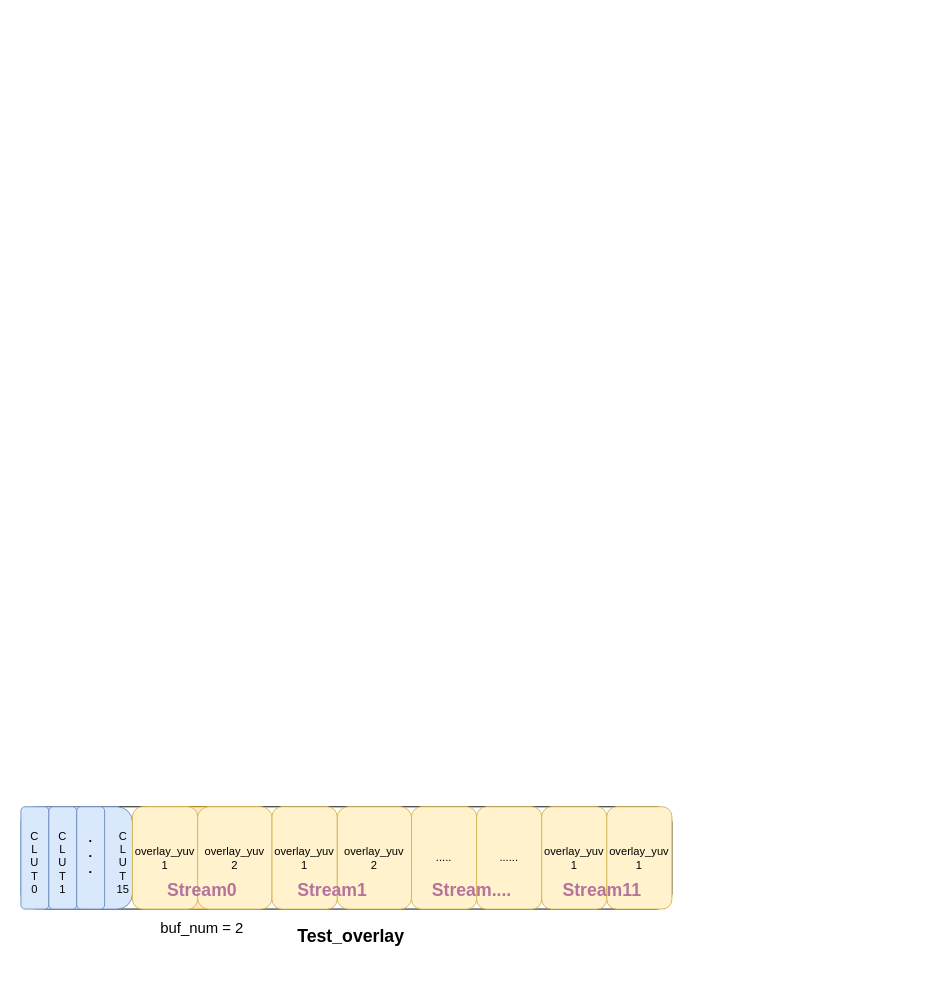
Before: amba-overlay-mem.drawio in SheridanX/diagrams, a draw.io diagram. Source tidied: cells renumbered, new cells numbered last; positions are measured from the earlier drawing's top-left corner, leaving out a move shared by most shapes. Both pictures are drawn from the tidied source at 93%, with x=0, y=0 at pixel (16, 806).
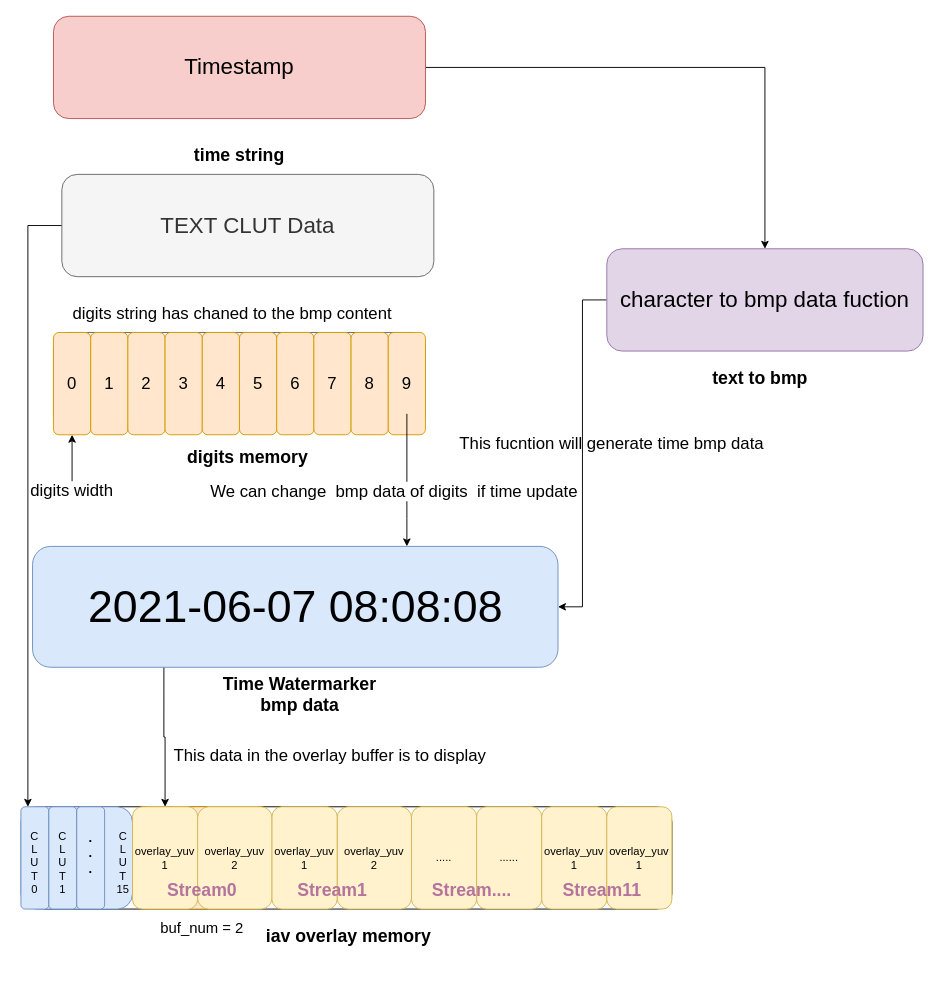
The same diagram, later.

The change refers to these unchanged cells:
```xml
<mxCell id="6" style="rounded=1;whiteSpace=wrap;html=1;fillColor=#dae8fc;strokeColor=#6c8ebf;" parent="1" vertex="1">
  <mxGeometry x="5" width="30" height="110" as="geometry" />
</mxCell>
<mxCell id="15" value="overlay_yuv&lt;br&gt;1" style="rounded=1;whiteSpace=wrap;html=1;fillColor=#fff2cc;strokeColor=#d6b656;" parent="1" vertex="1">
  <mxGeometry x="125" width="70" height="110" as="geometry" />
</mxCell>
```

The edit, as a diff of the source:
```diff
@@
-    <mxCell id="4" value="&lt;b&gt;&lt;font style=&quot;font-size: 19px&quot;&gt;Test_overlay&lt;/font&gt;&lt;/b&gt;" style="text;html=1;strokeColor=none;fillColor=none;align=center;verticalAlign=middle;whiteSpace=wrap;rounded=0;" parent="1" vertex="1">
-      <mxGeometry x="295" y="110" width="130" height="60" as="geometry" />
+    <mxCell id="4" value="&lt;b&gt;&lt;font style=&quot;font-size: 19px&quot;&gt;iav overlay memory&lt;/font&gt;&lt;/b&gt;" style="text;html=1;strokeColor=none;fillColor=none;align=center;verticalAlign=middle;whiteSpace=wrap;rounded=0;" parent="1" vertex="1">
+      <mxGeometry x="265" y="110" width="185" height="60" as="geometry" />
     </mxCell>
@@
+    <mxCell id="27" style="rounded=1;whiteSpace=wrap;html=1;fillColor=#f5f5f5;strokeColor=#666666;fontColor=#333333;" parent="1" vertex="1">
+      <mxGeometry x="40" y="-510" width="400" height="105" as="geometry" />
+    </mxCell>
+    <mxCell id="28" style="rounded=1;whiteSpace=wrap;html=1;fillColor=#ffe6cc;strokeColor=#d79b00;" parent="1" vertex="1">
+      <mxGeometry x="40" y="-510" width="40" height="110" as="geometry" />
+    </mxCell>
+    <mxCell id="29" style="rounded=1;whiteSpace=wrap;html=1;fillColor=#ffe6cc;strokeColor=#d79b00;" parent="1" vertex="1">
+      <mxGeometry x="80" y="-510" width="40" height="110" as="geometry" />
+    </mxCell>
+    <mxCell id="30" style="rounded=1;whiteSpace=wrap;html=1;fillColor=#ffe6cc;strokeColor=#d79b00;" parent="1" vertex="1">
+      <mxGeometry x="120" y="-510" width="40" height="110" as="geometry" />
+    </mxCell>
+    <mxCell id="31" style="rounded=1;whiteSpace=wrap;html=1;fillColor=#ffe6cc;strokeColor=#d79b00;" parent="1" vertex="1">
+      <mxGeometry x="160" y="-510" width="40" height="110" as="geometry" />
+    </mxCell>
+    <mxCell id="32" style="rounded=1;whiteSpace=wrap;html=1;fillColor=#ffe6cc;strokeColor=#d79b00;" parent="1" vertex="1">
+      <mxGeometry x="200" y="-510" width="40" height="110" as="geometry" />
+    </mxCell>
+    <mxCell id="33" style="rounded=1;whiteSpace=wrap;html=1;fillColor=#ffe6cc;strokeColor=#d79b00;" parent="1" vertex="1">
+      <mxGeometry x="240" y="-510" width="40" height="110" as="geometry" />
+    </mxCell>
+    <mxCell id="34" style="rounded=1;whiteSpace=wrap;html=1;fillColor=#ffe6cc;strokeColor=#d79b00;" parent="1" vertex="1">
+      <mxGeometry x="280" y="-510" width="40" height="110" as="geometry" />
+    </mxCell>
+    <mxCell id="35" style="rounded=1;whiteSpace=wrap;html=1;fillColor=#ffe6cc;strokeColor=#d79b00;" parent="1" vertex="1">
+      <mxGeometry x="320" y="-510" width="40" height="110" as="geometry" />
+    </mxCell>
+    <mxCell id="36" style="rounded=1;whiteSpace=wrap;html=1;fillColor=#ffe6cc;strokeColor=#d79b00;" parent="1" vertex="1">
+      <mxGeometry x="360" y="-510" width="40" height="110" as="geometry" />
+    </mxCell>
+    <mxCell id="37" style="rounded=1;whiteSpace=wrap;html=1;fillColor=#ffe6cc;strokeColor=#d79b00;" parent="1" vertex="1">
+      <mxGeometry x="400" y="-510" width="40" height="110" as="geometry" />
+    </mxCell>
+    <mxCell id="38" style="edgeStyle=orthogonalEdgeStyle;rounded=0;jettySize=auto;html=1;" parent="1" edge="1" source="40" target="52">
+      <mxGeometry relative="1" as="geometry">
+        <Array as="points">
+          <mxPoint x="420" y="-310" />
+          <mxPoint x="420" y="-310" />
+        </Array>
+      </mxGeometry>
+    </mxCell>
+    <mxCell id="39" value="&lt;font style=&quot;font-size: 18px&quot;&gt;We can change&amp;nbsp; bmp data of digits&amp;nbsp; if time update&lt;/font&gt;" style="edgeLabel;html=1;align=center;verticalAlign=middle;" parent="38" vertex="1">
+      <mxGeometry x="-0.2" y="1" relative="1" as="geometry">
+        <mxPoint x="-16" y="26" as="offset" />
+      </mxGeometry>
+    </mxCell>
+    <mxCell id="40" value="&lt;font style=&quot;font-size: 18px&quot;&gt;9&lt;/font&gt;" style="text;html=1;strokeColor=none;fillColor=none;align=center;verticalAlign=middle;whiteSpace=wrap;rounded=0;" parent="1" vertex="1">
+      <mxGeometry x="400" y="-487.5" width="40" height="65" as="geometry" />
+    </mxCell>
+    <mxCell id="41" value="&lt;font style=&quot;font-size: 18px&quot;&gt;0&lt;/font&gt;" style="text;html=1;strokeColor=none;fillColor=none;align=center;verticalAlign=middle;whiteSpace=wrap;rounded=0;" parent="1" vertex="1">
+      <mxGeometry x="40" y="-495" width="40" height="80" as="geometry" />
+    </mxCell>
+    <mxCell id="42" value="&lt;font style=&quot;font-size: 18px&quot;&gt;1&lt;/font&gt;" style="text;html=1;strokeColor=none;fillColor=none;align=center;verticalAlign=middle;whiteSpace=wrap;rounded=0;" parent="1" vertex="1">
+      <mxGeometry x="80" y="-495" width="40" height="80" as="geometry" />
+    </mxCell>
+    <mxCell id="43" value="&lt;font style=&quot;font-size: 18px&quot;&gt;2&lt;/font&gt;" style="text;html=1;strokeColor=none;fillColor=none;align=center;verticalAlign=middle;whiteSpace=wrap;rounded=0;" parent="1" vertex="1">
+      <mxGeometry x="120" y="-495" width="40" height="80" as="geometry" />
+    </mxCell>
+    <mxCell id="44" value="&lt;font style=&quot;font-size: 18px&quot;&gt;3&lt;/font&gt;" style="text;html=1;strokeColor=none;fillColor=none;align=center;verticalAlign=middle;whiteSpace=wrap;rounded=0;" parent="1" vertex="1">
+      <mxGeometry x="160" y="-495" width="40" height="80" as="geometry" />
+    </mxCell>
+    <mxCell id="45" value="&lt;font style=&quot;font-size: 18px&quot;&gt;4&lt;/font&gt;" style="text;html=1;strokeColor=none;fillColor=none;align=center;verticalAlign=middle;whiteSpace=wrap;rounded=0;" parent="1" vertex="1">
+      <mxGeometry x="200" y="-495" width="40" height="80" as="geometry" />
+    </mxCell>
+    <mxCell id="46" value="&lt;font style=&quot;font-size: 18px&quot;&gt;5&lt;/font&gt;" style="text;html=1;strokeColor=none;fillColor=none;align=center;verticalAlign=middle;whiteSpace=wrap;rounded=0;" parent="1" vertex="1">
+      <mxGeometry x="240" y="-495" width="40" height="80" as="geometry" />
+    </mxCell>
+    <mxCell id="47" value="&lt;font style=&quot;font-size: 18px&quot;&gt;6&lt;/font&gt;" style="text;html=1;strokeColor=none;fillColor=none;align=center;verticalAlign=middle;whiteSpace=wrap;rounded=0;" parent="1" vertex="1">
+      <mxGeometry x="280" y="-495" width="40" height="80" as="geometry" />
+    </mxCell>
+    <mxCell id="48" value="&lt;font style=&quot;font-size: 18px&quot;&gt;7&lt;/font&gt;" style="text;html=1;strokeColor=none;fillColor=none;align=center;verticalAlign=middle;whiteSpace=wrap;rounded=0;" parent="1" vertex="1">
+      <mxGeometry x="320" y="-495" width="40" height="80" as="geometry" />
+    </mxCell>
+    <mxCell id="49" value="&lt;font style=&quot;font-size: 18px&quot;&gt;8&lt;/font&gt;" style="text;html=1;strokeColor=none;fillColor=none;align=center;verticalAlign=middle;whiteSpace=wrap;rounded=0;" parent="1" vertex="1">
+      <mxGeometry x="360" y="-495" width="40" height="80" as="geometry" />
+    </mxCell>
+    <mxCell id="50" value="&lt;b&gt;&lt;font style=&quot;font-size: 19px&quot;&gt;digits memory&lt;/font&gt;&lt;/b&gt;" style="text;html=1;strokeColor=none;fillColor=none;align=center;verticalAlign=middle;whiteSpace=wrap;rounded=0;" parent="1" vertex="1">
+      <mxGeometry x="144" y="-405" width="210" height="60" as="geometry" />
+    </mxCell>
+    <mxCell id="51" style="edgeStyle=orthogonalEdgeStyle;rounded=0;jettySize=auto;html=1;exitX=0.25;exitY=1;exitDx=0;exitDy=0;" parent="1" edge="1" source="52" target="15">
+      <mxGeometry relative="1" as="geometry" />
+    </mxCell>
+    <mxCell id="52" value="&lt;font style=&quot;font-size: 48px&quot;&gt;2021-06-07 08:08:08&lt;/font&gt;" style="rounded=1;whiteSpace=wrap;html=1;fillColor=#dae8fc;strokeColor=#6c8ebf;" parent="1" vertex="1">
+      <mxGeometry x="17.5" y="-280" width="565" height="130" as="geometry" />
+    </mxCell>
+    <mxCell id="53" value="&lt;span style=&quot;font-size: 18px&quot;&gt;digits string has chaned to the bmp content&lt;/span&gt;" style="text;html=1;strokeColor=none;fillColor=none;align=center;verticalAlign=middle;whiteSpace=wrap;rounded=0;" parent="1" vertex="1">
+      <mxGeometry x="5" y="-540" width="455" height="20" as="geometry" />
+    </mxCell>
+    <mxCell id="54" value="&lt;b&gt;&lt;font style=&quot;font-size: 19px&quot;&gt;Time Watermarker bmp data&lt;/font&gt;&lt;/b&gt;" style="text;html=1;strokeColor=none;fillColor=none;align=center;verticalAlign=middle;whiteSpace=wrap;rounded=0;" parent="1" vertex="1">
+      <mxGeometry x="200" y="-150" width="210" height="60" as="geometry" />
+    </mxCell>
+    <mxCell id="55" value="&lt;span style=&quot;font-size: 18px&quot;&gt;This data in the overlay buffer is to display&lt;/span&gt;" style="text;html=1;strokeColor=none;fillColor=none;align=center;verticalAlign=middle;whiteSpace=wrap;rounded=0;" parent="1" vertex="1">
+      <mxGeometry x="110" y="-65" width="455" height="20" as="geometry" />
+    </mxCell>
+    <mxCell id="56" style="edgeStyle=orthogonalEdgeStyle;rounded=0;jettySize=auto;html=1;entryX=0.5;entryY=1;entryDx=0;entryDy=0;" parent="1" edge="1" source="57" target="28">
+      <mxGeometry relative="1" as="geometry" />
+    </mxCell>
+    <mxCell id="57" value="&lt;span style=&quot;font-size: 18px&quot;&gt;digits width&lt;/span&gt;" style="text;html=1;strokeColor=none;fillColor=none;align=center;verticalAlign=middle;whiteSpace=wrap;rounded=0;" parent="1" vertex="1">
+      <mxGeometry x="10" y="-350" width="100" height="20" as="geometry" />
+    </mxCell>
+    <mxCell id="58" style="edgeStyle=orthogonalEdgeStyle;rounded=0;jettySize=auto;html=1;entryX=1;entryY=0.5;entryDx=0;entryDy=0;" parent="1" edge="1" source="59" target="52">
+      <mxGeometry relative="1" as="geometry" />
+    </mxCell>
+    <mxCell id="59" value="&lt;font style=&quot;font-size: 24px&quot;&gt;character to bmp data fuction&lt;/font&gt;" style="rounded=1;whiteSpace=wrap;html=1;fillColor=#e1d5e7;strokeColor=#9673a6;" parent="1" vertex="1">
+      <mxGeometry x="635" y="-600" width="340" height="110" as="geometry" />
+    </mxCell>
+    <mxCell id="60" value="&lt;font style=&quot;font-size: 18px&quot;&gt;This fucntion will generate time bmp data&lt;/font&gt;" style="text;html=1;align=center;verticalAlign=middle;strokeColor=none;" parent="1" vertex="1">
+      <mxGeometry x="470" y="-400" width="340" height="20" as="geometry" />
+    </mxCell>
+    <mxCell id="61" style="edgeStyle=orthogonalEdgeStyle;rounded=0;jettySize=auto;html=1;" parent="1" edge="1" source="62" target="59">
+      <mxGeometry relative="1" as="geometry" />
+    </mxCell>
+    <mxCell id="62" value="&lt;span style=&quot;font-size: 24px&quot;&gt;Timestamp&lt;/span&gt;" style="rounded=1;whiteSpace=wrap;html=1;fillColor=#f8cecc;strokeColor=#b85450;" parent="1" vertex="1">
+      <mxGeometry x="40" y="-850" width="400" height="110" as="geometry" />
+    </mxCell>
+    <mxCell id="63" value="&lt;b&gt;&lt;font style=&quot;font-size: 19px&quot;&gt;time string&lt;/font&gt;&lt;/b&gt;" style="text;html=1;strokeColor=none;fillColor=none;align=center;verticalAlign=middle;whiteSpace=wrap;rounded=0;" parent="1" vertex="1">
+      <mxGeometry x="135" y="-730" width="210" height="60" as="geometry" />
+    </mxCell>
+    <mxCell id="64" value="&lt;b&gt;&lt;font style=&quot;font-size: 19px&quot;&gt;text to bmp&lt;/font&gt;&lt;/b&gt;" style="text;html=1;strokeColor=none;fillColor=none;align=center;verticalAlign=middle;whiteSpace=wrap;rounded=0;" parent="1" vertex="1">
+      <mxGeometry x="695" y="-490" width="210" height="60" as="geometry" />
+    </mxCell>
+    <mxCell id="65" style="edgeStyle=orthogonalEdgeStyle;rounded=0;jettySize=auto;html=1;entryX=0.25;entryY=0;entryDx=0;entryDy=0;" parent="1" edge="1" source="66" target="6">
+      <mxGeometry relative="1" as="geometry" />
+    </mxCell>
+    <mxCell id="66" value="&lt;span style=&quot;font-size: 24px&quot;&gt;TEXT CLUT Data&lt;/span&gt;" style="rounded=1;whiteSpace=wrap;html=1;fillColor=#f5f5f5;strokeColor=#666666;fontColor=#333333;" parent="1" vertex="1">
+      <mxGeometry x="49" y="-680" width="400" height="110" as="geometry" />
+    </mxCell>
```
